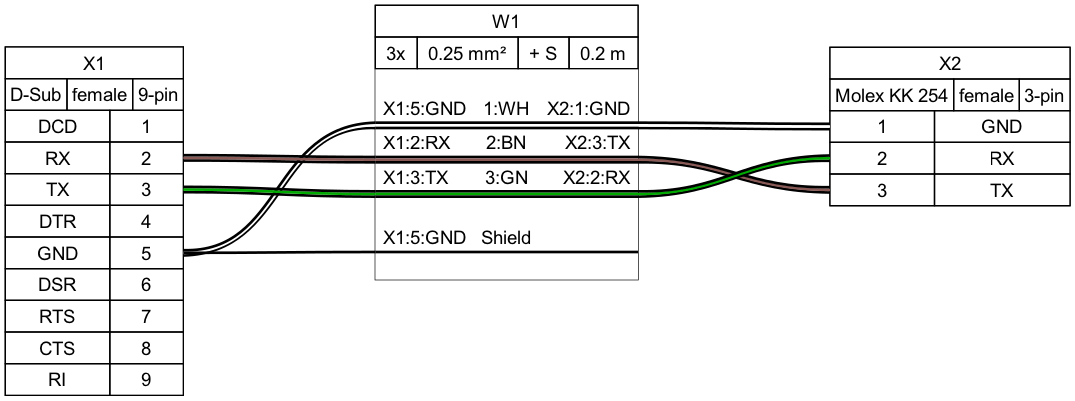
Earlier version of the Graphviz export examples/demo01.png (tobiasfalk/WireViz). Its source is kept beside it as examples/demo01.gv.
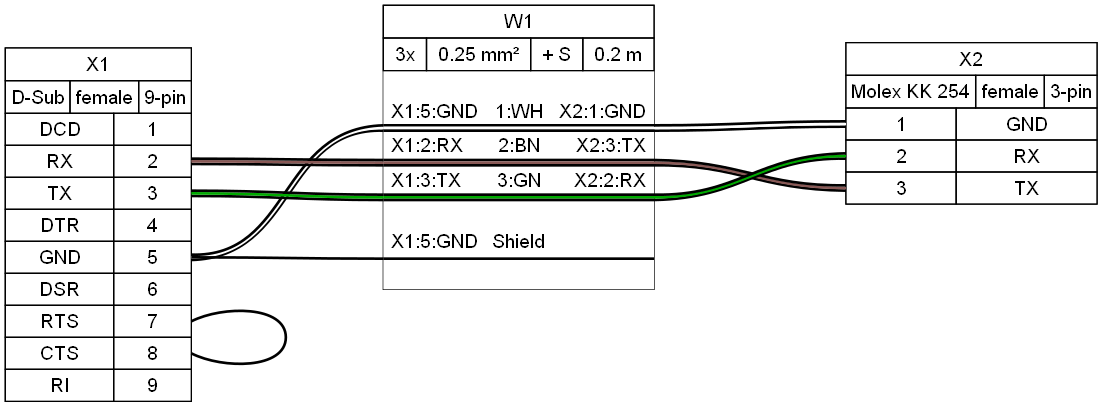
After the change.

The edit, as a diff of the source:
```diff
@@ -68,6 +68,8 @@
  </tr>
 </table>
 > shape=box style=filled]
+	edge [color="#000000"]
+	X1:p7r:e -- X1:p8r:e [label=" " color="#000000" noLabel=noLabel]
 	X2 [label=<
 <table border="0" cellspacing="0" cellpadding="0" bgcolor="#FFFFFF">
  <tr>
@@ -147,19 +149,7 @@
      <td align="right">X2:1:GND </td>
     </tr>
     <tr>
-     <td border="0" cellspacing="0" cellpadding="0" colspan="5" height="6" port="w1">
-      <table border="0" cellborder="0" cellspacing="0">
-       <tr>
-        <td bgcolor="#000000" border="0" cellpadding="0" colspan="5" height="2"></td>
-       </tr>
-       <tr>
-        <td bgcolor="#FFFFFF" border="0" cellpadding="0" colspan="5" height="2"></td>
-       </tr>
-       <tr>
-        <td bgcolor="#000000" border="0" cellpadding="0" colspan="5" height="2"></td>
-       </tr>
-      </table>
-     </td>
+     <td border="0" cellspacing="0" cellpadding="0" colspan="5" height="6" port="w1"></td>
     </tr>
     <tr>
      <td align="left"> X1:2:RX</td>
@@ -169,19 +159,7 @@
      <td align="right">X2:3:TX </td>
     </tr>
     <tr>
-     <td border="0" cellspacing="0" cellpadding="0" colspan="5" height="6" port="w2">
-      <table border="0" cellborder="0" cellspacing="0">
-       <tr>
-        <td bgcolor="#000000" border="0" cellpadding="0" colspan="5" height="2"></td>
-       </tr>
-       <tr>
-        <td bgcolor="#895956" border="0" cellpadding="0" colspan="5" height="2"></td>
-       </tr>
-       <tr>
-        <td bgcolor="#000000" border="0" cellpadding="0" colspan="5" height="2"></td>
-       </tr>
-      </table>
-     </td>
+     <td border="0" cellspacing="0" cellpadding="0" colspan="5" height="6" port="w2"></td>
     </tr>
     <tr>
      <td align="left"> X1:3:TX</td>
@@ -191,19 +169,7 @@
      <td align="right">X2:2:RX </td>
     </tr>
     <tr>
-     <td border="0" cellspacing="0" cellpadding="0" colspan="5" height="6" port="w3">
-      <table border="0" cellborder="0" cellspacing="0">
-       <tr>
-        <td bgcolor="#000000" border="0" cellpadding="0" colspan="5" height="2"></td>
-       </tr>
-       <tr>
-        <td bgcolor="#00AA00" border="0" cellpadding="0" colspan="5" height="2"></td>
-       </tr>
-       <tr>
-        <td bgcolor="#000000" border="0" cellpadding="0" colspan="5" height="2"></td>
-       </tr>
-      </table>
-     </td>
+     <td border="0" cellspacing="0" cellpadding="0" colspan="5" height="6" port="w3"></td>
     </tr>
     <tr>
      <td>&nbsp;</td>
@@ -216,13 +182,7 @@
      <td align="right"> </td>
     </tr>
     <tr>
-     <td border="0" cellspacing="0" cellpadding="0" colspan="5" height="2" port="w4">
-      <table border="0" cellborder="0" cellspacing="0">
-       <tr>
-        <td bgcolor="#000000" border="0" cellpadding="0" colspan="5" height="2"></td>
-       </tr>
-      </table>
-     </td>
+     <td border="0" cellspacing="0" cellpadding="0" colspan="5" height="6" port="w4"></td>
     </tr>
     <tr>
      <td>&nbsp;</td>
@@ -243,4 +203,8 @@
 	W1:w3:e -- X2:p2l:w
 	edge [color="#000000"]
 	X1:p5r:e -- W1:w4:w
+	W1:w1:e -- W1:w1:w [color="#000000:#FFFFFF:#000000" straight=straight]
+	W1:w2:e -- W1:w2:w [color="#000000:#895956:#000000" straight=straight]
+	W1:w3:e -- W1:w3:w [color="#000000:#00AA00:#000000" straight=straight]
+	W1:w4:e -- W1:w4:w [color="#000000" straight=straight]
 }
```
